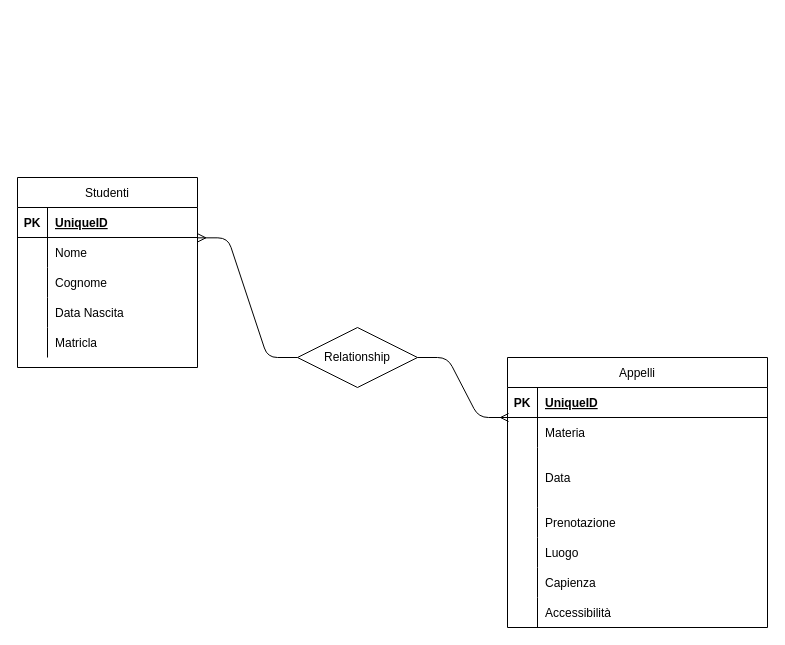
Above: db-university.drawio in Nicola-Perera/db-university (draw.io), before the change. Source tidied: cells renumbered, new cells numbered last; positions are measured from the earlier drawing's top-left corner, leaving out a move shared by most shapes. Both pictures are drawn from the tidied source at 100%, with x=0, y=0 at pixel (17, 177).
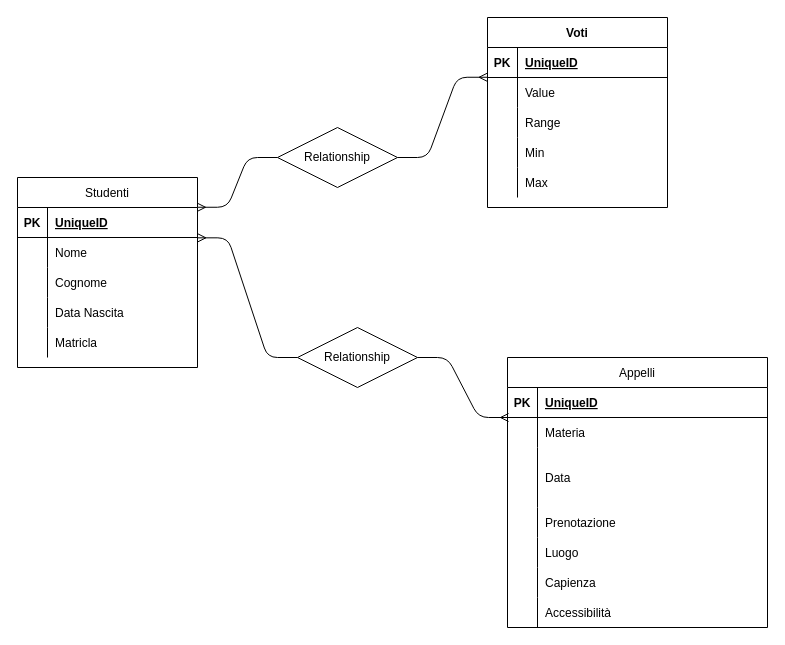
The same page after the edit.

Commit message:
add "Voti" entity

Unchanged cells that the change refers to:
```xml
<mxCell id="25" style="shape=partialRectangle;fillColor=none;top=0;left=0;bottom=1;right=0;points=[[0,0.5],[1,0.5]];portConstraint=eastwest;" parent="24" vertex="1">
  <mxGeometry y="30" width="180" height="30" as="geometry" />
</mxCell>
```

Change to the diagram source:
```diff
@@
+    <mxCell id="43" value="Voti" style="shape=table;startSize=30;childLayout=tableLayout;rowLines=0;fontStyle=1;align=center;" parent="1" vertex="1">
+      <mxGeometry x="470" y="-160" width="180" height="190" as="geometry" />
+    </mxCell>
+    <mxCell id="44" style="shape=partialRectangle;fillColor=none;top=0;left=0;bottom=1;right=0;" parent="43" vertex="1">
+      <mxGeometry y="30" width="180" height="30" as="geometry" />
+    </mxCell>
+    <mxCell id="45" value="PK" style="shape=partialRectangle;fillColor=none;top=0;left=0;bottom=0;right=0;fontStyle=1;overflow=hidden;" parent="44" vertex="1">
+      <mxGeometry width="30" height="30" as="geometry" />
+    </mxCell>
+    <mxCell id="46" value="UniqueID" style="shape=partialRectangle;fillColor=none;top=0;left=0;bottom=0;right=0;align=left;spacingLeft=6;fontStyle=5;overflow=hidden;" parent="44" vertex="1">
+      <mxGeometry x="30" width="150" height="30" as="geometry" />
+    </mxCell>
+    <mxCell id="47" style="shape=partialRectangle;fillColor=none;top=0;left=0;bottom=0;right=0;points=[[0,0.5],[1,0.5]];portConstraint=eastwest;" parent="43" vertex="1">
+      <mxGeometry y="60" width="180" height="30" as="geometry" />
+    </mxCell>
+    <mxCell id="48" style="shape=partialRectangle;fillColor=none;top=0;left=0;bottom=0;right=0;overflow=hidden;" parent="47" vertex="1">
+      <mxGeometry width="30" height="30" as="geometry" />
+    </mxCell>
+    <mxCell id="49" value="Value" style="shape=partialRectangle;fillColor=none;top=0;left=0;bottom=0;right=0;align=left;spacingLeft=6;overflow=hidden;" parent="47" vertex="1">
+      <mxGeometry x="30" width="150" height="30" as="geometry" />
+    </mxCell>
+    <mxCell id="50" style="shape=partialRectangle;fillColor=none;top=0;left=0;bottom=0;right=0;" parent="43" vertex="1">
+      <mxGeometry y="90" width="180" height="30" as="geometry" />
+    </mxCell>
+    <mxCell id="51" style="shape=partialRectangle;fillColor=none;top=0;left=0;bottom=0;right=0;overflow=hidden;" parent="50" vertex="1">
+      <mxGeometry width="30" height="30" as="geometry" />
+    </mxCell>
+    <mxCell id="52" value="Range" style="shape=partialRectangle;fillColor=none;top=0;left=0;bottom=0;right=0;align=left;spacingLeft=6;overflow=hidden;" parent="50" vertex="1">
+      <mxGeometry x="30" width="150" height="30" as="geometry" />
+    </mxCell>
+    <mxCell id="53" style="shape=partialRectangle;fillColor=none;top=0;left=0;bottom=0;right=0;" parent="43" vertex="1">
+      <mxGeometry y="120" width="180" height="30" as="geometry" />
+    </mxCell>
+    <mxCell id="54" style="shape=partialRectangle;fillColor=none;top=0;left=0;bottom=0;right=0;overflow=hidden;" parent="53" vertex="1">
+      <mxGeometry width="30" height="30" as="geometry" />
+    </mxCell>
+    <mxCell id="55" value="Min" style="shape=partialRectangle;fillColor=none;top=0;left=0;bottom=0;right=0;align=left;spacingLeft=6;overflow=hidden;" parent="53" vertex="1">
+      <mxGeometry x="30" width="150" height="30" as="geometry" />
+    </mxCell>
+    <mxCell id="56" style="shape=partialRectangle;fillColor=none;top=0;left=0;bottom=0;right=0;" parent="43" vertex="1">
+      <mxGeometry y="150" width="180" height="30" as="geometry" />
+    </mxCell>
+    <mxCell id="57" style="shape=partialRectangle;fillColor=none;top=0;left=0;bottom=0;right=0;overflow=hidden;" parent="56" vertex="1">
+      <mxGeometry width="30" height="30" as="geometry" />
+    </mxCell>
+    <mxCell id="58" value="Max" style="shape=partialRectangle;fillColor=none;top=0;left=0;bottom=0;right=0;align=left;spacingLeft=6;overflow=hidden;" parent="56" vertex="1">
+      <mxGeometry x="30" width="150" height="30" as="geometry" />
+    </mxCell>
+    <mxCell id="59" style="edgeStyle=entityRelationEdgeStyle;fontSize=12;html=1;endArrow=ERmany;startArrow=none;entryX=-0.002;entryY=-0.008;entryDx=0;entryDy=0;entryPerimeter=0;exitX=1;exitY=0.5;exitDx=0;exitDy=0;" parent="1" edge="1" source="60" target="47">
+      <mxGeometry relative="1" as="geometry" />
+    </mxCell>
+    <mxCell id="60" value="Relationship" style="shape=rhombus;perimeter=rhombusPerimeter;whiteSpace=wrap;html=1;align=center;" parent="1" vertex="1">
+      <mxGeometry x="260" y="-50" width="120" height="60" as="geometry" />
+    </mxCell>
+    <mxCell id="61" style="edgeStyle=entityRelationEdgeStyle;fontSize=12;html=1;endArrow=none;startArrow=ERmany;exitX=1;exitY=-0.008;exitDx=0;exitDy=0;exitPerimeter=0;" parent="1" edge="1" source="25">
+      <mxGeometry relative="1" as="geometry">
+        <mxPoint x="260" y="-20" as="targetPoint" />
+      </mxGeometry>
+    </mxCell>
```
